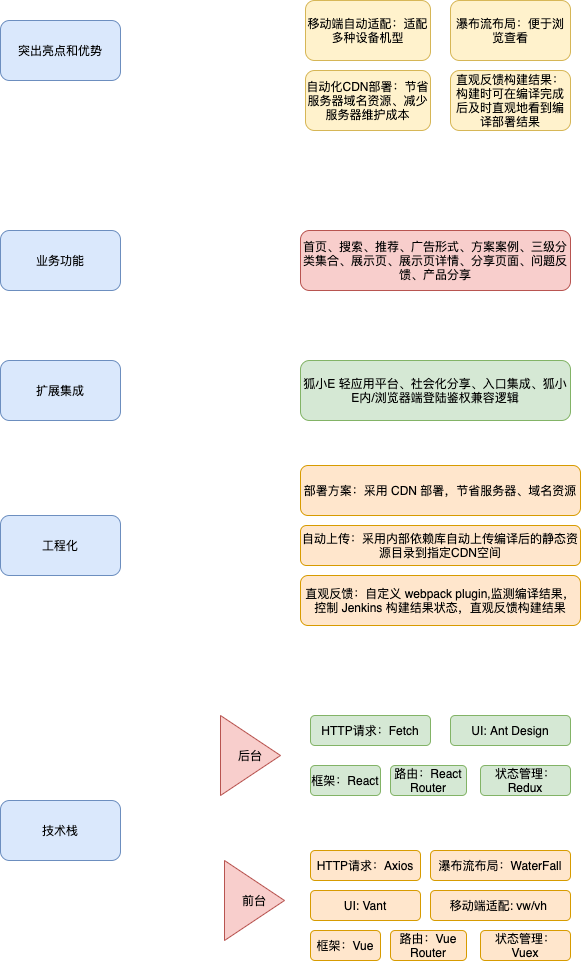
wangwei664/oss keeps this draw.io diagram as diagrams/sales-manual.png. Above is the earlier version. Source tidied: cells renumbered, new cells last; positions are measured from the earlier drawing's top-left corner, leaving out a move shared by most shapes.
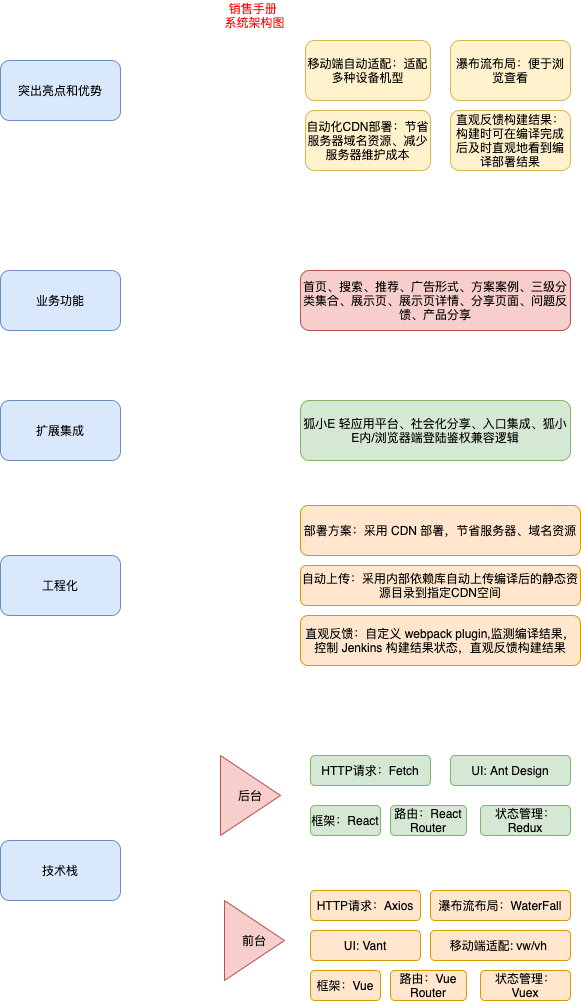
The same file after the commit.

Change to the diagram source:
```diff
@@ -86,5 +86,8 @@
     <mxCell id="29" value="直观反馈构建结果：构建时可在编译完成后及时直观地看到编译部署结果" style="rounded=1;whiteSpace=wrap;html=1;fillColor=#fff2cc;strokeColor=#d6b656;" parent="1" vertex="1">
       <mxGeometry x="450" y="70" width="120" height="60" as="geometry" />
     </mxCell>
+    <mxCell id="30" value="销售手册 &lt;br&gt;系统架构图" style="text;html=1;align=center;verticalAlign=middle;strokeColor=none;fillColor=none;fontColor=#FF0000;" parent="1" vertex="1">
+      <mxGeometry x="214" y="-40" width="80" height="30" as="geometry" />
+    </mxCell>
   </root>
 </mxGraphModel>
```
